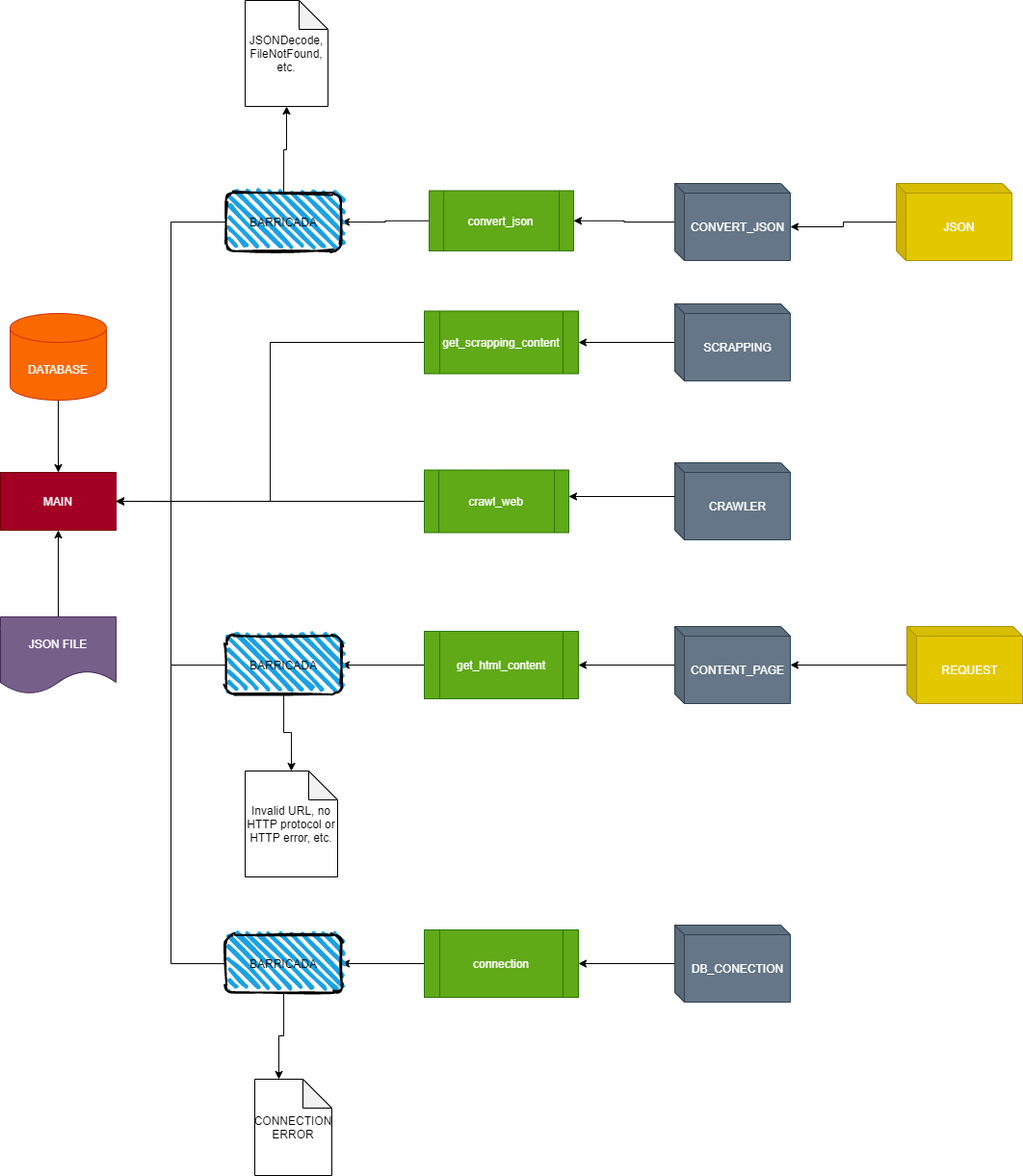
Earlier version of the draw.io export docs/DiagramaComponentes.png (MateoGarciaG/RicksyProject). Source tidied: cells renumbered, new cells last; positions are measured from the earlier drawing's top-left corner, leaving out a move shared by most shapes.
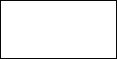
After the commit.

Commit message:
fix: Fixed error on crawler related to crawler

What changed in the source:
```diff
@@ -2,128 +2,8 @@
   <root>
     <mxCell id="0" />
     <mxCell id="1" parent="0" />
-    <mxCell id="2" style="edgeStyle=orthogonalEdgeStyle;rounded=0;jettySize=auto;html=1;entryX=0.5;entryY=0;entryDx=0;entryDy=0;strokeColor=#000000;" parent="1" edge="1" source="3" target="11">
-      <mxGeometry relative="1" as="geometry" />
-    </mxCell>
-    <mxCell id="3" value="DATABASE" style="shape=cylinder3;whiteSpace=wrap;html=1;boundedLbl=1;backgroundOutline=1;size=15;fillColor=#fa6800;strokeColor=#C73500;fontColor=#ffffff;" parent="1" vertex="1">
-      <mxGeometry x="10" y="325" width="100" height="90" as="geometry" />
+    <mxCell id="3" style="rounded=0;whiteSpace=wrap;html=1;" parent="1" vertex="1">
+      <mxGeometry x="10" y="325" width="120" height="60" as="geometry" />
     </mxCell>
-    <mxCell id="4" value="CRAWLER&lt;br&gt;" style="shape=cube;whiteSpace=wrap;html=1;boundedLbl=1;backgroundOutline=1;darkOpacity=0.05;darkOpacity2=0.1;size=10;fillColor=#647687;strokeColor=#314354;fontColor=#ffffff;" parent="1" vertex="1">
-      <mxGeometry x="700" y="480" width="120" height="80" as="geometry" />
-    </mxCell>
-    <mxCell id="5" style="edgeStyle=orthogonalEdgeStyle;rounded=0;jettySize=auto;html=1;entryX=1;entryY=0.5;entryDx=0;entryDy=0;strokeColor=#000000;" parent="1" edge="1" source="6" target="13">
-      <mxGeometry relative="1" as="geometry" />
-    </mxCell>
-    <mxCell id="6" value="SCRAPPING" style="shape=cube;whiteSpace=wrap;html=1;boundedLbl=1;backgroundOutline=1;darkOpacity=0.05;darkOpacity2=0.1;size=10;fillColor=#647687;strokeColor=#314354;fontColor=#ffffff;" parent="1" vertex="1">
-      <mxGeometry x="700" y="315" width="120" height="80" as="geometry" />
-    </mxCell>
-    <mxCell id="7" style="edgeStyle=orthogonalEdgeStyle;rounded=0;jettySize=auto;html=1;entryX=1;entryY=0.5;entryDx=0;entryDy=0;strokeColor=#000000;" parent="1" edge="1" source="8" target="10">
-      <mxGeometry relative="1" as="geometry" />
-    </mxCell>
-    <mxCell id="8" value="CONTENT_PAGE" style="shape=cube;whiteSpace=wrap;html=1;boundedLbl=1;backgroundOutline=1;darkOpacity=0.05;darkOpacity2=0.1;size=10;fillColor=#647687;strokeColor=#314354;fontColor=#ffffff;" parent="1" vertex="1">
-      <mxGeometry x="700" y="650" width="120" height="80" as="geometry" />
-    </mxCell>
-    <mxCell id="9" style="edgeStyle=orthogonalEdgeStyle;rounded=0;jettySize=auto;html=1;entryX=1;entryY=0.5;entryDx=0;entryDy=0;strokeColor=#000000;" parent="1" edge="1" source="10" target="18">
-      <mxGeometry relative="1" as="geometry" />
-    </mxCell>
-    <mxCell id="10" value="get_html_content" style="shape=process;whiteSpace=wrap;html=1;backgroundOutline=1;fillColor=#60a917;strokeColor=#2D7600;fontColor=#ffffff;" parent="1" vertex="1">
-      <mxGeometry x="440" y="655" width="160" height="70" as="geometry" />
-    </mxCell>
-    <mxCell id="11" value="MAIN" style="rounded=0;whiteSpace=wrap;html=1;fillColor=#a20025;strokeColor=#6F0000;fontColor=#ffffff;" parent="1" vertex="1">
-      <mxGeometry y="490" width="120" height="60" as="geometry" />
-    </mxCell>
-    <mxCell id="12" style="edgeStyle=orthogonalEdgeStyle;rounded=0;jettySize=auto;html=1;entryX=1;entryY=0.5;entryDx=0;entryDy=0;strokeColor=#000000;" parent="1" edge="1" source="13" target="11">
-      <mxGeometry relative="1" as="geometry" />
-    </mxCell>
-    <mxCell id="13" value="get_scrapping_content" style="shape=process;whiteSpace=wrap;html=1;backgroundOutline=1;fillColor=#60a917;strokeColor=#2D7600;fontColor=#ffffff;" parent="1" vertex="1">
-      <mxGeometry x="440" y="322.5" width="160" height="65" as="geometry" />
-    </mxCell>
-    <mxCell id="14" style="edgeStyle=orthogonalEdgeStyle;rounded=0;jettySize=auto;html=1;strokeColor=#000000;" parent="1" edge="1" source="15" target="11">
-      <mxGeometry relative="1" as="geometry" />
-    </mxCell>
-    <mxCell id="15" value="JSON FILE" style="shape=document;whiteSpace=wrap;html=1;boundedLbl=1;fillColor=#76608a;strokeColor=#432D57;fontColor=#ffffff;" parent="1" vertex="1">
-      <mxGeometry y="640" width="120" height="80" as="geometry" />
-    </mxCell>
-    <mxCell id="16" style="edgeStyle=orthogonalEdgeStyle;rounded=0;jettySize=auto;html=1;entryX=1;entryY=0.5;entryDx=0;entryDy=0;strokeColor=#000000;" parent="1" edge="1" source="18" target="11">
-      <mxGeometry relative="1" as="geometry" />
-    </mxCell>
-    <mxCell id="17" style="edgeStyle=orthogonalEdgeStyle;rounded=0;jettySize=auto;html=1;entryX=0.5;entryY=0;entryDx=0;entryDy=0;entryPerimeter=0;strokeColor=#000000;" parent="1" edge="1" source="18" target="40">
-      <mxGeometry relative="1" as="geometry" />
-    </mxCell>
-    <mxCell id="18" value="BARRICADA" style="rounded=1;whiteSpace=wrap;html=1;strokeWidth=2;fillWeight=4;hachureGap=8;hachureAngle=45;fillColor=#1ba1e2;sketch=1;" parent="1" vertex="1">
-      <mxGeometry x="234" y="660" width="120" height="60" as="geometry" />
-    </mxCell>
-    <mxCell id="19" style="edgeStyle=orthogonalEdgeStyle;rounded=0;jettySize=auto;html=1;entryX=1;entryY=0.5;entryDx=0;entryDy=0;strokeColor=#000000;" parent="1" edge="1" source="20" target="11">
-      <mxGeometry relative="1" as="geometry" />
-    </mxCell>
-    <mxCell id="20" value="crawl_web" style="shape=process;whiteSpace=wrap;html=1;backgroundOutline=1;fillColor=#60a917;strokeColor=#2D7600;fontColor=#ffffff;" parent="1" vertex="1">
-      <mxGeometry x="440" y="487.5" width="150" height="65" as="geometry" />
-    </mxCell>
-    <mxCell id="21" style="endArrow=classic;html=1;entryX=1;entryY=0.423;entryDx=0;entryDy=0;exitX=0;exitY=0;exitDx=0;exitDy=35;exitPerimeter=0;entryPerimeter=0;strokeColor=#000000;" parent="1" edge="1" source="4" target="20">
-      <mxGeometry relative="1" as="geometry" />
-    </mxCell>
-    <mxCell id="22" style="edgeStyle=orthogonalEdgeStyle;rounded=0;jettySize=auto;html=1;entryX=1;entryY=0.5;entryDx=0;entryDy=0;strokeColor=#000000;" parent="1" edge="1" source="23" target="25">
-      <mxGeometry relative="1" as="geometry" />
-    </mxCell>
-    <mxCell id="23" value="CONVERT_JSON" style="shape=cube;whiteSpace=wrap;html=1;boundedLbl=1;backgroundOutline=1;darkOpacity=0.05;darkOpacity2=0.1;size=10;fillColor=#647687;strokeColor=#314354;fontColor=#ffffff;" parent="1" vertex="1">
-      <mxGeometry x="700" y="190" width="120" height="80" as="geometry" />
-    </mxCell>
-    <mxCell id="24" style="edgeStyle=orthogonalEdgeStyle;rounded=0;jettySize=auto;html=1;exitX=0;exitY=0.5;exitDx=0;exitDy=0;entryX=1;entryY=0.5;entryDx=0;entryDy=0;strokeColor=#000000;" parent="1" edge="1" source="25" target="28">
-      <mxGeometry relative="1" as="geometry" />
-    </mxCell>
-    <mxCell id="25" value="convert_json" style="shape=process;whiteSpace=wrap;html=1;backgroundOutline=1;fillColor=#60a917;strokeColor=#2D7600;fontColor=#ffffff;" parent="1" vertex="1">
-      <mxGeometry x="445" y="197.5" width="150" height="62.5" as="geometry" />
-    </mxCell>
-    <mxCell id="26" style="edgeStyle=orthogonalEdgeStyle;rounded=0;jettySize=auto;html=1;entryX=1;entryY=0.5;entryDx=0;entryDy=0;strokeColor=#000000;" parent="1" edge="1" source="28" target="11">
-      <mxGeometry relative="1" as="geometry" />
-    </mxCell>
-    <mxCell id="27" style="edgeStyle=orthogonalEdgeStyle;rounded=0;jettySize=auto;html=1;entryX=0.5;entryY=1;entryDx=0;entryDy=0;entryPerimeter=0;strokeColor=#000000;" parent="1" edge="1" source="28" target="42">
-      <mxGeometry relative="1" as="geometry" />
-    </mxCell>
-    <mxCell id="28" value="BARRICADA" style="rounded=1;whiteSpace=wrap;html=1;strokeWidth=2;fillWeight=4;hachureGap=8;hachureAngle=45;fillColor=#1ba1e2;sketch=1;" parent="1" vertex="1">
-      <mxGeometry x="234" y="200" width="120" height="60" as="geometry" />
-    </mxCell>
-    <mxCell id="29" style="edgeStyle=orthogonalEdgeStyle;rounded=0;jettySize=auto;html=1;entryX=1;entryY=0.5;entryDx=0;entryDy=0;strokeColor=#000000;" parent="1" edge="1" source="30" target="32">
-      <mxGeometry relative="1" as="geometry" />
-    </mxCell>
-    <mxCell id="30" value="DB_CONECTION" style="shape=cube;whiteSpace=wrap;html=1;boundedLbl=1;backgroundOutline=1;darkOpacity=0.05;darkOpacity2=0.1;size=10;fillColor=#647687;strokeColor=#314354;fontColor=#ffffff;" parent="1" vertex="1">
-      <mxGeometry x="700" y="960" width="120" height="80" as="geometry" />
-    </mxCell>
-    <mxCell id="31" style="edgeStyle=orthogonalEdgeStyle;rounded=0;jettySize=auto;html=1;entryX=1;entryY=0.5;entryDx=0;entryDy=0;strokeColor=#000000;" parent="1" edge="1" source="32" target="35">
-      <mxGeometry relative="1" as="geometry" />
-    </mxCell>
-    <mxCell id="32" value="connection" style="shape=process;whiteSpace=wrap;html=1;backgroundOutline=1;fillColor=#60a917;strokeColor=#2D7600;fontColor=#ffffff;" parent="1" vertex="1">
-      <mxGeometry x="440" y="965" width="160" height="70" as="geometry" />
-    </mxCell>
-    <mxCell id="33" style="edgeStyle=orthogonalEdgeStyle;rounded=0;jettySize=auto;html=1;entryX=1;entryY=0.5;entryDx=0;entryDy=0;strokeColor=#000000;" parent="1" edge="1" source="35" target="11">
-      <mxGeometry relative="1" as="geometry" />
-    </mxCell>
-    <mxCell id="34" style="edgeStyle=orthogonalEdgeStyle;rounded=0;jettySize=auto;html=1;entryX=0;entryY=0;entryDx=25;entryDy=0;entryPerimeter=0;strokeColor=#000000;" parent="1" edge="1" source="35" target="41">
-      <mxGeometry relative="1" as="geometry" />
-    </mxCell>
-    <mxCell id="35" value="BARRICADA" style="rounded=1;whiteSpace=wrap;html=1;strokeWidth=2;fillWeight=4;hachureGap=8;hachureAngle=45;fillColor=#1ba1e2;sketch=1;" parent="1" vertex="1">
-      <mxGeometry x="234" y="970" width="120" height="60" as="geometry" />
-    </mxCell>
-    <mxCell id="36" style="edgeStyle=orthogonalEdgeStyle;rounded=0;jettySize=auto;html=1;strokeColor=#000000;" parent="1" edge="1" source="37" target="8">
-      <mxGeometry relative="1" as="geometry" />
-    </mxCell>
-    <mxCell id="37" value="REQUEST" style="shape=cube;whiteSpace=wrap;html=1;boundedLbl=1;backgroundOutline=1;darkOpacity=0.05;darkOpacity2=0.1;size=10;fillColor=#e3c800;strokeColor=#B09500;fontColor=#ffffff;" parent="1" vertex="1">
-      <mxGeometry x="941" y="650" width="120" height="80" as="geometry" />
-    </mxCell>
-    <mxCell id="38" style="edgeStyle=orthogonalEdgeStyle;rounded=0;jettySize=auto;html=1;entryX=0;entryY=0;entryDx=120;entryDy=45;entryPerimeter=0;strokeColor=#000000;" parent="1" edge="1" source="39" target="23">
-      <mxGeometry relative="1" as="geometry" />
-    </mxCell>
-    <mxCell id="39" value="JSON" style="shape=cube;whiteSpace=wrap;html=1;boundedLbl=1;backgroundOutline=1;darkOpacity=0.05;darkOpacity2=0.1;size=10;fillColor=#e3c800;strokeColor=#B09500;fontColor=#ffffff;" parent="1" vertex="1">
-      <mxGeometry x="930" y="190" width="120" height="80" as="geometry" />
-    </mxCell>
-    <mxCell id="40" value="Invalid URL, no HTTP protocol or HTTP error, etc." style="shape=note;whiteSpace=wrap;html=1;backgroundOutline=1;darkOpacity=0.05;" parent="1" vertex="1">
-      <mxGeometry x="254" y="800" width="96" height="110" as="geometry" />
-    </mxCell>
-    <mxCell id="41" value="CONNECTION ERROR" style="shape=note;whiteSpace=wrap;html=1;backgroundOutline=1;darkOpacity=0.05;" parent="1" vertex="1">
-      <mxGeometry x="264" y="1120" width="80" height="100" as="geometry" />
-    </mxCell>
-    <mxCell id="42" value="JSONDecode, FileNotFound,&lt;br&gt;etc." style="shape=note;whiteSpace=wrap;html=1;backgroundOutline=1;darkOpacity=0.05;" parent="1" vertex="1">
-      <mxGeometry x="254" width="86" height="110" as="geometry" />
-    </mxCell>
   </root>
 </mxGraphModel>
```
